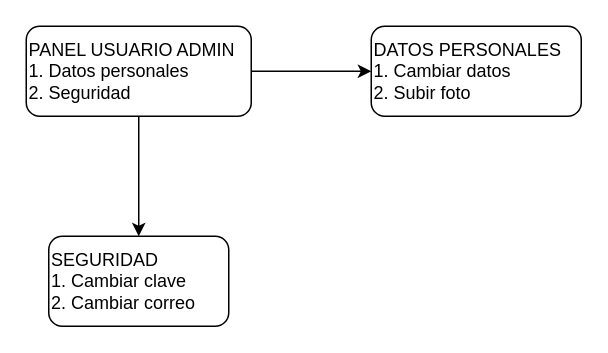
The draw.io diagram page "Usuario Admin" (3 of 3) of public/Diagrama sin título.drawio in Violetea/tienda-online-reactjs, before the edit. Source tidied: cells renumbered, new cells numbered last; positions are measured from the earlier drawing's top-left corner, leaving out a move shared by most shapes. Both pictures are drawn from the tidied source at 150%, with x=0, y=0 at pixel (26, 26).
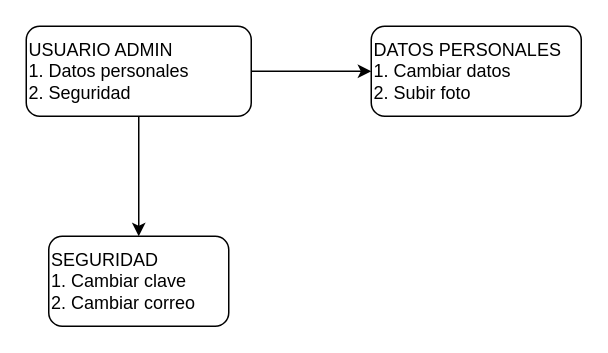
After the change.

Diff of the diagram source:
```diff
@@
 <mxGraphModel>
   <root>
     <mxCell id="0" />
     <mxCell id="1" parent="0" />
     <mxCell id="2" style="edgeStyle=orthogonalEdgeStyle;rounded=0;jettySize=auto;html=1;" parent="1" edge="1" source="4" target="5">
       <mxGeometry relative="1" as="geometry" />
     </mxCell>
     <mxCell id="3" style="edgeStyle=orthogonalEdgeStyle;rounded=0;jettySize=auto;html=1;" parent="1" edge="1" source="4" target="6">
       <mxGeometry relative="1" as="geometry" />
     </mxCell>
-    <mxCell id="4" value="PANEL USUARIO ADMIN&lt;br&gt;1. Datos personales&lt;br&gt;2. Seguridad" style="rounded=1;whiteSpace=wrap;html=1;align=left;" parent="1" vertex="1">
+    <mxCell id="4" value="USUARIO ADMIN&lt;br&gt;1. Datos personales&lt;br&gt;2. Seguridad" style="rounded=1;whiteSpace=wrap;html=1;align=left;" parent="1" vertex="1">
       <mxGeometry width="150" height="60" as="geometry" />
     </mxCell>
     <mxCell id="5" value="DATOS PERSONALES&lt;br&gt;1. Cambiar datos&lt;br&gt;2. Subir foto" style="whiteSpace=wrap;html=1;align=left;rounded=1;" parent="1" vertex="1">
       <mxGeometry x="230" width="140" height="60" as="geometry" />
     </mxCell>
     <mxCell id="6" value="SEGURIDAD&lt;br&gt;1. Cambiar clave&lt;br&gt;2. Cambiar correo" style="whiteSpace=wrap;html=1;align=left;rounded=1;" parent="1" vertex="1">
       <mxGeometry x="15" y="140" width="120" height="60" as="geometry" />
     </mxCell>
   </root>
 </mxGraphModel>
```
